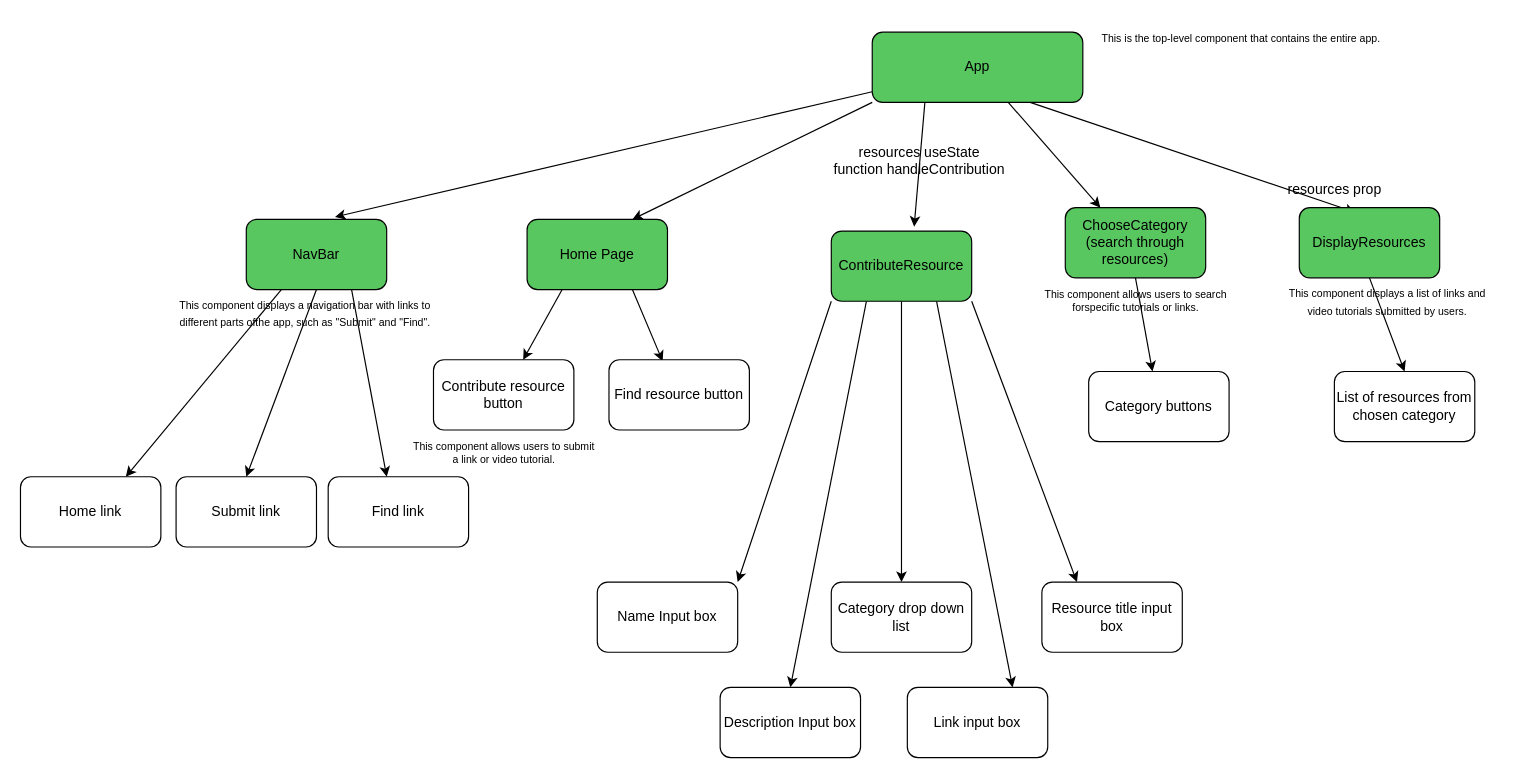
Before: bridge-the-gap/component-tree.drawio in sarahcrack/bridge-the-gap, a draw.io diagram. Source tidied: cells renumbered, new cells numbered last; positions are measured from the earlier drawing's top-left corner, leaving out a move shared by most shapes. Both pictures are drawn from the tidied source at 117%, with x=0, y=0 at pixel (20, 20).
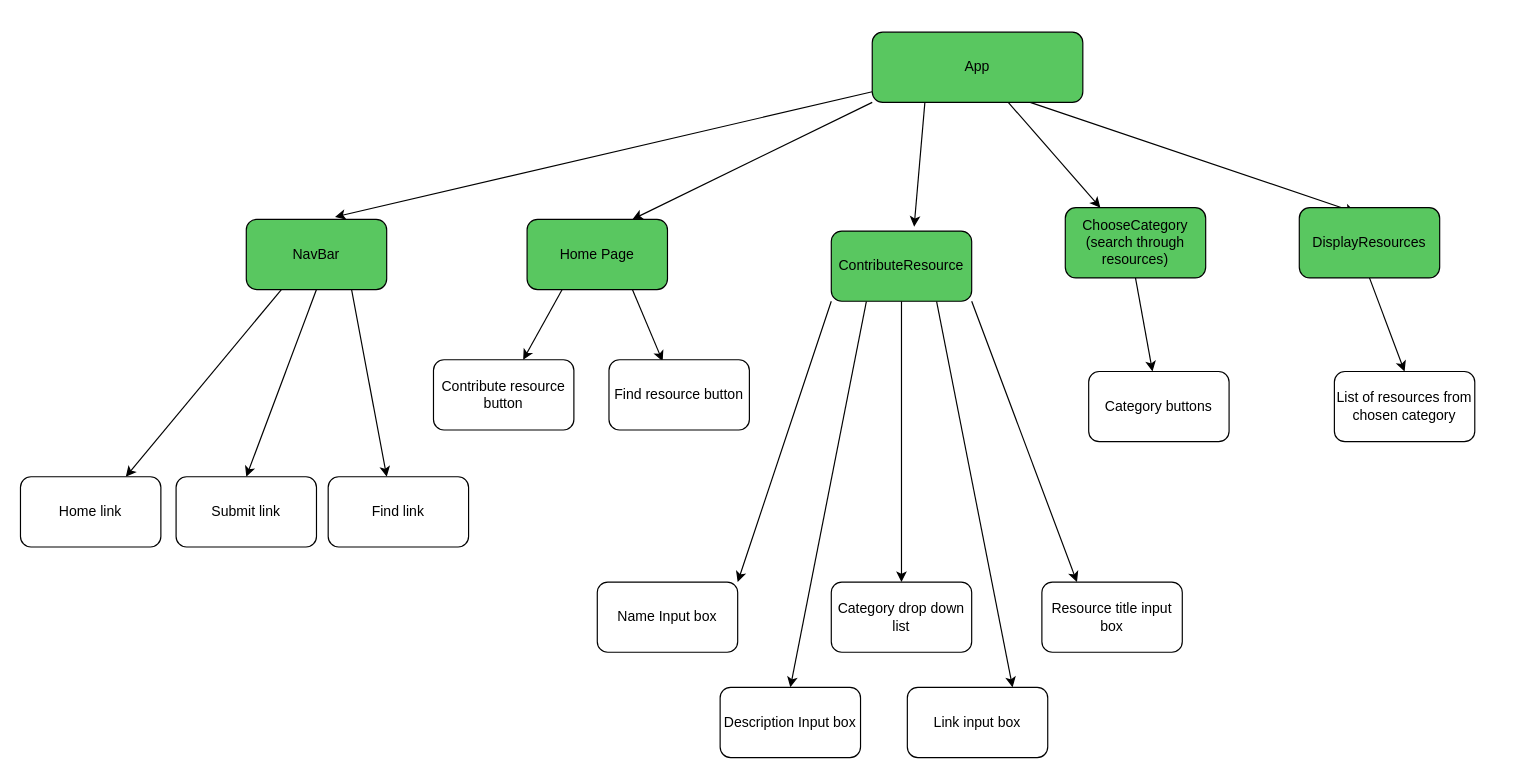
The same page after the edit.

Commit message (it also covers changes not shown here):
star button that works

The change refers to these unchanged cells:
```xml
<mxCell id="7" value="App" style="rounded=1;whiteSpace=wrap;html=1;fillColor=#59C760;" parent="1" vertex="1">
  <mxGeometry x="728" y="10" width="180" height="60" as="geometry" />
</mxCell>
```

What changed in the source:
```diff
@@
-    <mxCell id="6" style="edgeStyle=none;html=1;exitX=0.75;exitY=1;exitDx=0;exitDy=0;entryX=0.68;entryY=1.134;entryDx=0;entryDy=0;entryPerimeter=0;" parent="1" edge="1" source="7" target="31">
-      <mxGeometry relative="1" as="geometry" />
+    <mxCell id="6" style="edgeStyle=none;html=1;exitX=0.75;exitY=1;exitDx=0;exitDy=0;entryX=0.68;entryY=1.134;entryDx=0;entryDy=0;entryPerimeter=0;" parent="1" edge="1" source="7">
+      <mxGeometry relative="1" as="geometry">
+        <mxPoint x="1141" y="164" as="targetPoint" />
+      </mxGeometry>
     </mxCell>
@@
-    <mxCell id="19" value="&lt;font style=&quot;font-size: 9px;&quot;&gt;This is the top-level component that contains the entire app.&lt;/font&gt;" style="text;html=1;align=center;verticalAlign=middle;strokeColor=none;fillColor=none;" parent="1" vertex="1">
-      <mxGeometry x="913" width="260" height="30" as="geometry" />
-    </mxCell>
@@
-    <mxCell id="24" value="&lt;font style=&quot;font-size: 9px;&quot;&gt;This component displays a navigation bar with links to&lt;br&gt;different parts ofthe app, such as &quot;Submit&quot; and &quot;Find&quot;.&lt;/font&gt;" style="text;html=1;align=center;verticalAlign=middle;strokeColor=none;fillColor=none;fontSize=12;" parent="1" vertex="1">
-      <mxGeometry x="123" y="230" width="240" height="40" as="geometry" />
-    </mxCell>
-    <mxCell id="25" value="This component allows users to search &lt;br&gt;forspecific tutorials or links." style="text;html=1;align=center;verticalAlign=middle;strokeColor=none;fillColor=none;fontSize=9;" parent="1" vertex="1">
-      <mxGeometry x="863" y="220" width="180" height="40" as="geometry" />
-    </mxCell>
-    <mxCell id="26" value="This component allows users to submit &lt;br&gt;a link or video tutorial." style="text;html=1;align=center;verticalAlign=middle;strokeColor=none;fillColor=none;fontSize=9;" parent="1" vertex="1">
-      <mxGeometry x="323" y="350" width="180" height="40" as="geometry" />
-    </mxCell>
@@
-    <mxCell id="28" value="&lt;font style=&quot;font-size: 9px;&quot;&gt;This component displays a list of links and &lt;br&gt;video tutorials submitted by users.&lt;/font&gt;" style="text;html=1;align=center;verticalAlign=middle;strokeColor=none;fillColor=none;fontSize=12;" parent="1" vertex="1">
-      <mxGeometry x="1073" y="220" width="190" height="40" as="geometry" />
-    </mxCell>
@@
-    <mxCell id="30" value="resources useState&lt;br&gt;function handleContribution&lt;br&gt;" style="text;html=1;align=center;verticalAlign=middle;strokeColor=none;fillColor=none;fontSize=12;" parent="1" vertex="1">
-      <mxGeometry x="683" y="100" width="170" height="40" as="geometry" />
-    </mxCell>
-    <mxCell id="31" value="resources prop" style="text;html=1;align=center;verticalAlign=middle;points=[];strokeColor=none;fillColor=none;fontSize=12;" parent="1" vertex="1">
-      <mxGeometry x="1073" y="130" width="100" height="30" as="geometry" />
-    </mxCell>
```
